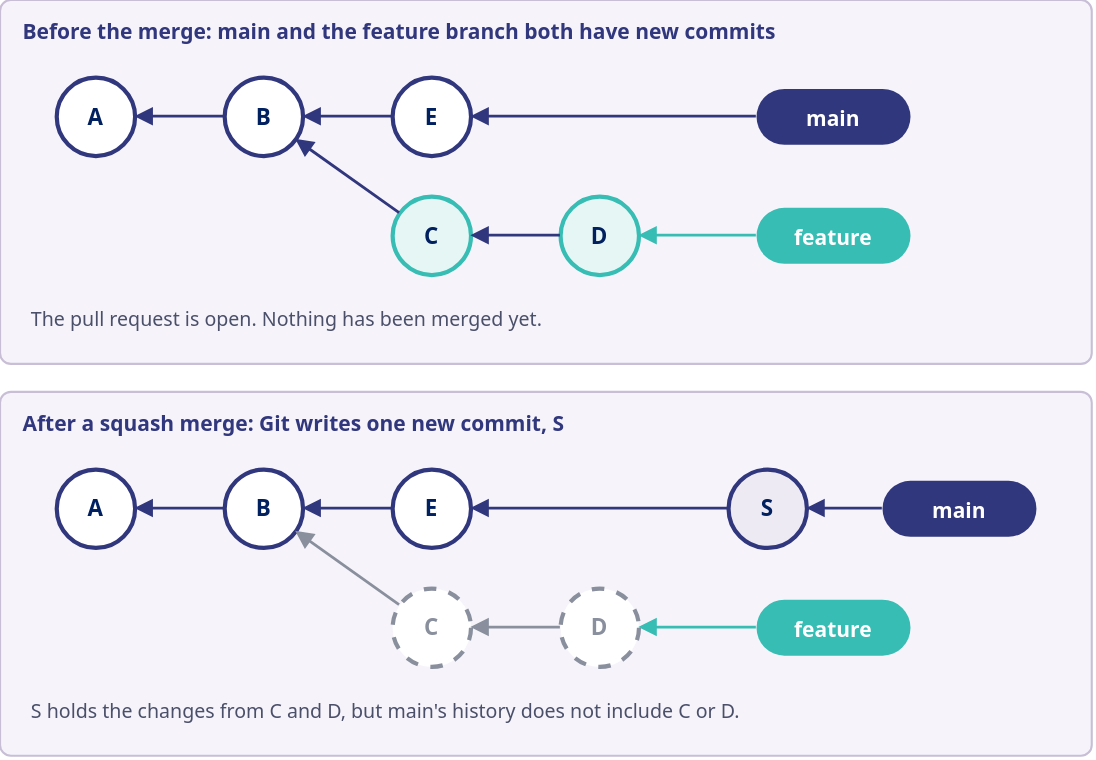
Above: presentation/diagrams/squash-merge.drawio.svg in Revolution-Data-Platforms/Introduction-to-Git-Workshop (draw.io), before the change. Source tidied: cells renumbered, new cells last; positions are measured from the earlier drawing's top-left corner, leaving out a move shared by most shapes.
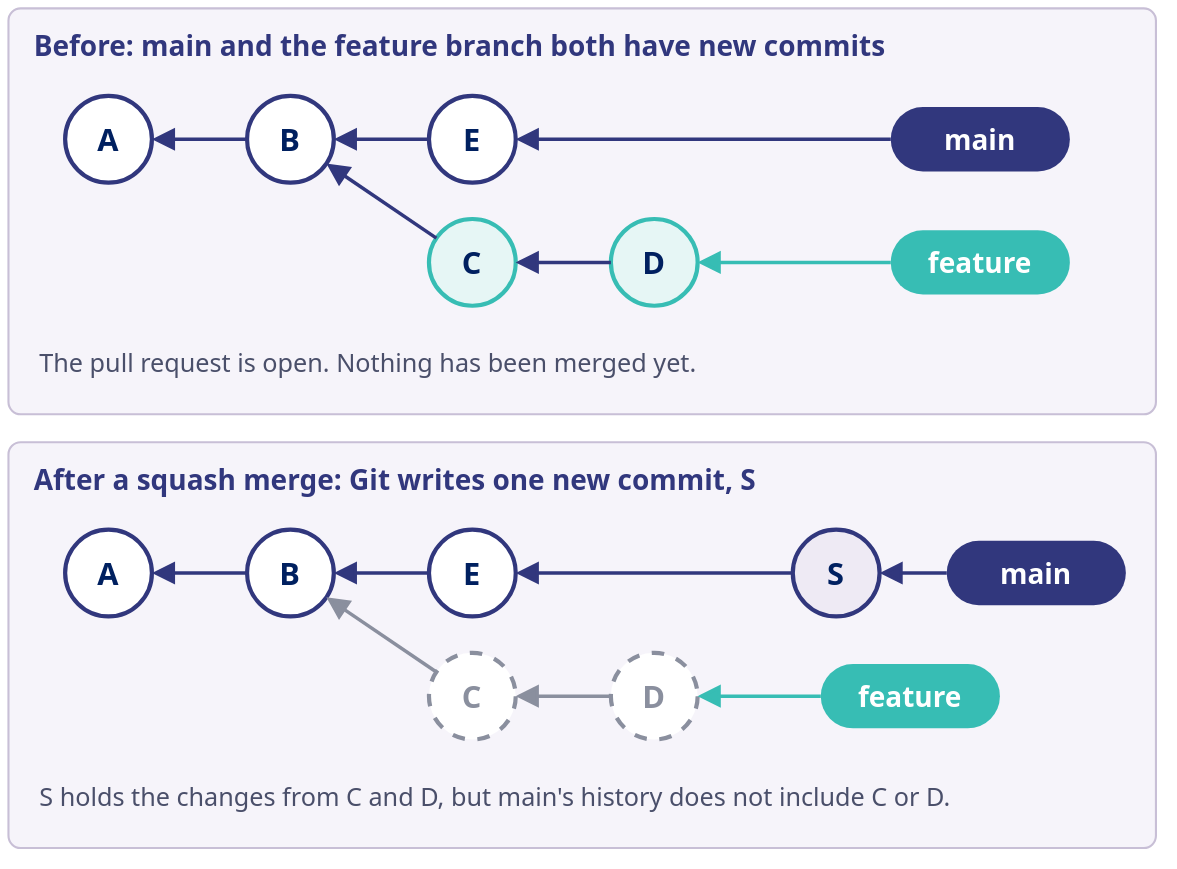
Above is the later version.

What changed in the source:
```diff
@@ -2,101 +2,101 @@
   <root>
     <mxCell id="0" />
     <mxCell id="1" parent="0" />
-    <mxCell id="2" value="Before the merge: main and the feature branch both have new commits" style="rounded=1;arcSize=3;whiteSpace=wrap;html=1;fillColor=#F6F4FA;strokeColor=#C8BFD6;strokeWidth=1.5;verticalAlign=top;align=left;spacingLeft=14;spacingTop=6;fontSize=15;fontStyle=1;fontColor=#31377D;fontFamily=Poppins,Segoe UI,Helvetica,Arial,sans-serif;" parent="1" vertex="1">
-      <mxGeometry width="780" height="260" as="geometry" />
-    </mxCell>
-    <mxCell id="3" value="A" style="ellipse;whiteSpace=wrap;html=1;fillColor=#FFFFFF;strokeColor=#31377D;fontColor=#002060;strokeWidth=3;fontSize=16;fontStyle=1;fontFamily=Poppins,Segoe UI,Helvetica,Arial,sans-serif;" parent="1" vertex="1">
-      <mxGeometry x="40" y="55" width="56" height="56" as="geometry" />
-    </mxCell>
-    <mxCell id="4" value="B" style="ellipse;whiteSpace=wrap;html=1;fillColor=#FFFFFF;strokeColor=#31377D;fontColor=#002060;strokeWidth=3;fontSize=16;fontStyle=1;fontFamily=Poppins,Segoe UI,Helvetica,Arial,sans-serif;" parent="1" vertex="1">
-      <mxGeometry x="160" y="55" width="56" height="56" as="geometry" />
-    </mxCell>
-    <mxCell id="5" value="E" style="ellipse;whiteSpace=wrap;html=1;fillColor=#FFFFFF;strokeColor=#31377D;fontColor=#002060;strokeWidth=3;fontSize=16;fontStyle=1;fontFamily=Poppins,Segoe UI,Helvetica,Arial,sans-serif;" parent="1" vertex="1">
-      <mxGeometry x="280" y="55" width="56" height="56" as="geometry" />
-    </mxCell>
-    <mxCell id="6" value="C" style="ellipse;whiteSpace=wrap;html=1;fillColor=#E6F6F5;strokeColor=#37BDB4;fontColor=#002060;strokeWidth=3;fontSize=16;fontStyle=1;fontFamily=Poppins,Segoe UI,Helvetica,Arial,sans-serif;" parent="1" vertex="1">
-      <mxGeometry x="280" y="140" width="56" height="56" as="geometry" />
-    </mxCell>
-    <mxCell id="7" value="D" style="ellipse;whiteSpace=wrap;html=1;fillColor=#E6F6F5;strokeColor=#37BDB4;fontColor=#002060;strokeWidth=3;fontSize=16;fontStyle=1;fontFamily=Poppins,Segoe UI,Helvetica,Arial,sans-serif;" parent="1" vertex="1">
-      <mxGeometry x="400" y="140" width="56" height="56" as="geometry" />
-    </mxCell>
-    <mxCell id="8" style="html=1;endArrow=block;endFill=1;endSize=8;strokeColor=#31377D;strokeWidth=2;fontFamily=Poppins,Segoe UI,Helvetica,Arial,sans-serif;" parent="1" edge="1" source="4" target="3">
-      <mxGeometry relative="1" as="geometry" />
-    </mxCell>
+    <mxCell id="34" value="Before: main and the feature branch both have new commits" style="rounded=1;arcSize=3;whiteSpace=wrap;html=1;fillColor=#F6F4FA;strokeColor=#C8BFD6;strokeWidth=1.5;verticalAlign=top;align=left;spacingLeft=16;spacingTop=8;fontSize=20;fontStyle=1;fontColor=#31377D;fontFamily=Poppins,Segoe UI,Helvetica,Arial,sans-serif;" parent="1" vertex="1">
+      <mxGeometry width="820" height="290" as="geometry" />
+    </mxCell>
+    <mxCell id="16" value="The pull request is open. Nothing has been merged yet." style="text;html=1;whiteSpace=wrap;align=left;verticalAlign=top;fontSize=18;fontColor=#4A4F6A;fontFamily=Poppins,Segoe UI,Helvetica,Arial,sans-serif;" parent="1" vertex="1">
+      <mxGeometry x="20" y="236" width="780" height="50" as="geometry" />
+    </mxCell>
+    <mxCell id="35" value="A" style="ellipse;whiteSpace=wrap;html=1;fillColor=#FFFFFF;strokeColor=#31377D;fontColor=#002060;strokeWidth=3;fontSize=22;fontStyle=1;fontFamily=Poppins,Segoe UI,Helvetica,Arial,sans-serif;" parent="1" vertex="1">
+      <mxGeometry x="40" y="62" width="62" height="62" as="geometry" />
+    </mxCell>
+    <mxCell id="36" value="B" style="ellipse;whiteSpace=wrap;html=1;fillColor=#FFFFFF;strokeColor=#31377D;fontColor=#002060;strokeWidth=3;fontSize=22;fontStyle=1;fontFamily=Poppins,Segoe UI,Helvetica,Arial,sans-serif;" parent="1" vertex="1">
+      <mxGeometry x="170" y="62" width="62" height="62" as="geometry" />
+    </mxCell>
+    <mxCell id="37" value="E" style="ellipse;whiteSpace=wrap;html=1;fillColor=#FFFFFF;strokeColor=#31377D;fontColor=#002060;strokeWidth=3;fontSize=22;fontStyle=1;fontFamily=Poppins,Segoe UI,Helvetica,Arial,sans-serif;" parent="1" vertex="1">
+      <mxGeometry x="300" y="62" width="62" height="62" as="geometry" />
+    </mxCell>
+    <mxCell id="38" value="C" style="ellipse;whiteSpace=wrap;html=1;fillColor=#E6F6F5;strokeColor=#37BDB4;fontColor=#002060;strokeWidth=3;fontSize=22;fontStyle=1;fontFamily=Poppins,Segoe UI,Helvetica,Arial,sans-serif;" parent="1" vertex="1">
+      <mxGeometry x="300" y="150" width="62" height="62" as="geometry" />
+    </mxCell>
+    <mxCell id="39" value="D" style="ellipse;whiteSpace=wrap;html=1;fillColor=#E6F6F5;strokeColor=#37BDB4;fontColor=#002060;strokeWidth=3;fontSize=22;fontStyle=1;fontFamily=Poppins,Segoe UI,Helvetica,Arial,sans-serif;" parent="1" vertex="1">
+      <mxGeometry x="430" y="150" width="62" height="62" as="geometry" />
+    </mxCell>
-    <mxCell id="9" style="html=1;endArrow=block;endFill=1;endSize=8;strokeColor=#31377D;strokeWidth=2;fontFamily=Poppins,Segoe UI,Helvetica,Arial,sans-serif;" parent="1" edge="1" source="5" target="4">
+    <mxCell id="9" style="html=1;endArrow=block;endFill=1;endSize=10;strokeColor=#31377D;strokeWidth=2.5;fontSize=19;fontColor=#002060;fontFamily=Poppins,Segoe UI,Helvetica,Arial,sans-serif;labelBackgroundColor=none;" parent="1" edge="1" source="36" target="35">
       <mxGeometry relative="1" as="geometry" />
     </mxCell>
-    <mxCell id="10" style="html=1;endArrow=block;endFill=1;endSize=8;strokeColor=#31377D;strokeWidth=2;fontFamily=Poppins,Segoe UI,Helvetica,Arial,sans-serif;" parent="1" edge="1" source="6" target="4">
+    <mxCell id="10" style="html=1;endArrow=block;endFill=1;endSize=10;strokeColor=#31377D;strokeWidth=2.5;fontSize=19;fontColor=#002060;fontFamily=Poppins,Segoe UI,Helvetica,Arial,sans-serif;labelBackgroundColor=none;" parent="1" edge="1" source="37" target="36">
       <mxGeometry relative="1" as="geometry" />
     </mxCell>
-    <mxCell id="11" style="html=1;endArrow=block;endFill=1;endSize=8;strokeColor=#31377D;strokeWidth=2;fontFamily=Poppins,Segoe UI,Helvetica,Arial,sans-serif;" parent="1" edge="1" source="7" target="6">
+    <mxCell id="11" style="html=1;endArrow=block;endFill=1;endSize=10;strokeColor=#31377D;strokeWidth=2.5;fontSize=19;fontColor=#002060;fontFamily=Poppins,Segoe UI,Helvetica,Arial,sans-serif;labelBackgroundColor=none;" parent="1" edge="1" source="38" target="36">
       <mxGeometry relative="1" as="geometry" />
     </mxCell>
-    <mxCell id="12" value="main" style="rounded=1;arcSize=50;whiteSpace=wrap;html=1;fillColor=#31377D;strokeColor=none;fontColor=#FFFFFF;fontSize=15;fontStyle=1;fontFamily=Poppins,Segoe UI,Helvetica,Arial,sans-serif;" parent="1" vertex="1">
-      <mxGeometry x="540" y="63" width="110" height="40" as="geometry" />
-    </mxCell>
-    <mxCell id="13" style="html=1;endArrow=block;endFill=1;endSize=8;strokeColor=#31377D;strokeWidth=2;fontFamily=Poppins,Segoe UI,Helvetica,Arial,sans-serif;" parent="1" edge="1" source="12" target="5">
-      <mxGeometry relative="1" as="geometry" />
-    </mxCell>
-    <mxCell id="14" value="feature" style="rounded=1;arcSize=50;whiteSpace=wrap;html=1;fillColor=#37BDB4;strokeColor=none;fontColor=#FFFFFF;fontSize=15;fontStyle=1;fontFamily=Poppins,Segoe UI,Helvetica,Arial,sans-serif;" parent="1" vertex="1">
-      <mxGeometry x="540" y="148" width="110" height="40" as="geometry" />
-    </mxCell>
+    <mxCell id="40" style="html=1;endArrow=block;endFill=1;endSize=10;strokeColor=#31377D;strokeWidth=2.5;fontSize=19;fontColor=#002060;fontFamily=Poppins,Segoe UI,Helvetica,Arial,sans-serif;labelBackgroundColor=none;" parent="1" edge="1" source="39" target="38">
+      <mxGeometry relative="1" as="geometry" />
+    </mxCell>
+    <mxCell id="41" value="main" style="rounded=1;arcSize=50;whiteSpace=wrap;html=1;fillColor=#31377D;strokeColor=none;fontColor=#FFFFFF;fontSize=20;fontStyle=1;fontFamily=Poppins,Segoe UI,Helvetica,Arial,sans-serif;" parent="1" vertex="1">
+      <mxGeometry x="630" y="70" width="128" height="46" as="geometry" />
+    </mxCell>
+    <mxCell id="42" value="feature" style="rounded=1;arcSize=50;whiteSpace=wrap;html=1;fillColor=#37BDB4;strokeColor=none;fontColor=#FFFFFF;fontSize=20;fontStyle=1;fontFamily=Poppins,Segoe UI,Helvetica,Arial,sans-serif;" parent="1" vertex="1">
+      <mxGeometry x="630" y="158" width="128" height="46" as="geometry" />
+    </mxCell>
-    <mxCell id="15" style="html=1;endArrow=block;endFill=1;endSize=8;strokeColor=#37BDB4;strokeWidth=2;fontFamily=Poppins,Segoe UI,Helvetica,Arial,sans-serif;" parent="1" edge="1" source="14" target="7">
+    <mxCell id="15" style="html=1;endArrow=block;endFill=1;endSize=10;strokeColor=#31377D;strokeWidth=2.5;fontSize=19;fontColor=#002060;fontFamily=Poppins,Segoe UI,Helvetica,Arial,sans-serif;labelBackgroundColor=none;" parent="1" edge="1" source="41" target="37">
       <mxGeometry relative="1" as="geometry" />
     </mxCell>
-    <mxCell id="16" value="The pull request is open. Nothing has been merged yet." style="text;html=1;whiteSpace=wrap;align=left;verticalAlign=middle;fontSize=14;fontColor=#4A4F6A;fontFamily=Poppins,Segoe UI,Helvetica,Arial,sans-serif;" parent="1" vertex="1">
-      <mxGeometry x="20" y="208" width="740" height="40" as="geometry" />
-    </mxCell>
+    <mxCell id="43" style="html=1;endArrow=block;endFill=1;endSize=10;strokeColor=#37BDB4;strokeWidth=2.5;fontSize=19;fontColor=#002060;fontFamily=Poppins,Segoe UI,Helvetica,Arial,sans-serif;labelBackgroundColor=none;" parent="1" edge="1" source="42" target="39">
+      <mxGeometry relative="1" as="geometry" />
+    </mxCell>
-    <mxCell id="17" value="After a squash merge: Git writes one new commit, S" style="rounded=1;arcSize=3;whiteSpace=wrap;html=1;fillColor=#F6F4FA;strokeColor=#C8BFD6;strokeWidth=1.5;verticalAlign=top;align=left;spacingLeft=14;spacingTop=6;fontSize=15;fontStyle=1;fontColor=#31377D;fontFamily=Poppins,Segoe UI,Helvetica,Arial,sans-serif;" parent="1" vertex="1">
-      <mxGeometry y="280" width="780" height="260" as="geometry" />
+    <mxCell id="17" value="After a squash merge: Git writes one new commit, S" style="rounded=1;arcSize=3;whiteSpace=wrap;html=1;fillColor=#F6F4FA;strokeColor=#C8BFD6;strokeWidth=1.5;verticalAlign=top;align=left;spacingLeft=16;spacingTop=8;fontSize=20;fontStyle=1;fontColor=#31377D;fontFamily=Poppins,Segoe UI,Helvetica,Arial,sans-serif;" parent="1" vertex="1">
+      <mxGeometry y="310" width="820" height="290" as="geometry" />
     </mxCell>
-    <mxCell id="18" value="A" style="ellipse;whiteSpace=wrap;html=1;fillColor=#FFFFFF;strokeColor=#31377D;fontColor=#002060;strokeWidth=3;fontSize=16;fontStyle=1;fontFamily=Poppins,Segoe UI,Helvetica,Arial,sans-serif;" parent="1" vertex="1">
-      <mxGeometry x="40" y="335" width="56" height="56" as="geometry" />
-    </mxCell>
-    <mxCell id="19" value="B" style="ellipse;whiteSpace=wrap;html=1;fillColor=#FFFFFF;strokeColor=#31377D;fontColor=#002060;strokeWidth=3;fontSize=16;fontStyle=1;fontFamily=Poppins,Segoe UI,Helvetica,Arial,sans-serif;" parent="1" vertex="1">
-      <mxGeometry x="160" y="335" width="56" height="56" as="geometry" />
-    </mxCell>
-    <mxCell id="20" value="E" style="ellipse;whiteSpace=wrap;html=1;fillColor=#FFFFFF;strokeColor=#31377D;fontColor=#002060;strokeWidth=3;fontSize=16;fontStyle=1;fontFamily=Poppins,Segoe UI,Helvetica,Arial,sans-serif;" parent="1" vertex="1">
-      <mxGeometry x="280" y="335" width="56" height="56" as="geometry" />
-    </mxCell>
+    <mxCell id="33" value="S holds the changes from C and D, but main's history does not include C or D." style="text;html=1;whiteSpace=wrap;align=left;verticalAlign=top;fontSize=18;fontColor=#4A4F6A;fontFamily=Poppins,Segoe UI,Helvetica,Arial,sans-serif;" parent="1" vertex="1">
+      <mxGeometry x="20" y="546" width="780" height="50" as="geometry" />
+    </mxCell>
+    <mxCell id="44" value="A" style="ellipse;whiteSpace=wrap;html=1;fillColor=#FFFFFF;strokeColor=#31377D;fontColor=#002060;strokeWidth=3;fontSize=22;fontStyle=1;fontFamily=Poppins,Segoe UI,Helvetica,Arial,sans-serif;" parent="1" vertex="1">
+      <mxGeometry x="40" y="372" width="62" height="62" as="geometry" />
+    </mxCell>
+    <mxCell id="45" value="B" style="ellipse;whiteSpace=wrap;html=1;fillColor=#FFFFFF;strokeColor=#31377D;fontColor=#002060;strokeWidth=3;fontSize=22;fontStyle=1;fontFamily=Poppins,Segoe UI,Helvetica,Arial,sans-serif;" parent="1" vertex="1">
+      <mxGeometry x="170" y="372" width="62" height="62" as="geometry" />
+    </mxCell>
+    <mxCell id="46" value="E" style="ellipse;whiteSpace=wrap;html=1;fillColor=#FFFFFF;strokeColor=#31377D;fontColor=#002060;strokeWidth=3;fontSize=22;fontStyle=1;fontFamily=Poppins,Segoe UI,Helvetica,Arial,sans-serif;" parent="1" vertex="1">
+      <mxGeometry x="300" y="372" width="62" height="62" as="geometry" />
+    </mxCell>
-    <mxCell id="21" value="S" style="ellipse;whiteSpace=wrap;html=1;fillColor=#EEEAF4;strokeColor=#31377D;fontColor=#002060;strokeWidth=3;fontSize=16;fontStyle=1;fontFamily=Poppins,Segoe UI,Helvetica,Arial,sans-serif;" parent="1" vertex="1">
-      <mxGeometry x="520" y="335" width="56" height="56" as="geometry" />
+    <mxCell id="21" value="S" style="ellipse;whiteSpace=wrap;html=1;fillColor=#EEEAF4;strokeColor=#31377D;fontColor=#002060;strokeWidth=3;fontSize=22;fontStyle=1;fontFamily=Poppins,Segoe UI,Helvetica,Arial,sans-serif;" parent="1" vertex="1">
+      <mxGeometry x="560" y="372" width="62" height="62" as="geometry" />
     </mxCell>
-    <mxCell id="22" value="C" style="ellipse;whiteSpace=wrap;html=1;fillColor=#FFFFFF;strokeColor=#8A8F9E;dashed=1;fontColor=#8A8F9E;strokeWidth=3;fontSize=16;fontStyle=1;fontFamily=Poppins,Segoe UI,Helvetica,Arial,sans-serif;" parent="1" vertex="1">
-      <mxGeometry x="280" y="420" width="56" height="56" as="geometry" />
-    </mxCell>
-    <mxCell id="23" value="D" style="ellipse;whiteSpace=wrap;html=1;fillColor=#FFFFFF;strokeColor=#8A8F9E;dashed=1;fontColor=#8A8F9E;strokeWidth=3;fontSize=16;fontStyle=1;fontFamily=Poppins,Segoe UI,Helvetica,Arial,sans-serif;" parent="1" vertex="1">
-      <mxGeometry x="400" y="420" width="56" height="56" as="geometry" />
-    </mxCell>
-    <mxCell id="24" style="html=1;endArrow=block;endFill=1;endSize=8;strokeColor=#31377D;strokeWidth=2;fontFamily=Poppins,Segoe UI,Helvetica,Arial,sans-serif;" parent="1" edge="1" source="19" target="18">
-      <mxGeometry relative="1" as="geometry" />
-    </mxCell>
+    <mxCell id="47" value="C" style="ellipse;whiteSpace=wrap;html=1;fillColor=#FFFFFF;strokeColor=#8A8F9E;dashed=1;fontColor=#8A8F9E;strokeWidth=3;fontSize=22;fontStyle=1;fontFamily=Poppins,Segoe UI,Helvetica,Arial,sans-serif;" parent="1" vertex="1">
+      <mxGeometry x="300" y="460" width="62" height="62" as="geometry" />
+    </mxCell>
+    <mxCell id="48" value="D" style="ellipse;whiteSpace=wrap;html=1;fillColor=#FFFFFF;strokeColor=#8A8F9E;dashed=1;fontColor=#8A8F9E;strokeWidth=3;fontSize=22;fontStyle=1;fontFamily=Poppins,Segoe UI,Helvetica,Arial,sans-serif;" parent="1" vertex="1">
+      <mxGeometry x="430" y="460" width="62" height="62" as="geometry" />
+    </mxCell>
-    <mxCell id="25" style="html=1;endArrow=block;endFill=1;endSize=8;strokeColor=#31377D;strokeWidth=2;fontFamily=Poppins,Segoe UI,Helvetica,Arial,sans-serif;" parent="1" edge="1" source="20" target="19">
+    <mxCell id="25" style="html=1;endArrow=block;endFill=1;endSize=10;strokeColor=#31377D;strokeWidth=2.5;fontSize=19;fontColor=#002060;fontFamily=Poppins,Segoe UI,Helvetica,Arial,sans-serif;labelBackgroundColor=none;" parent="1" edge="1" source="45" target="44">
       <mxGeometry relative="1" as="geometry" />
     </mxCell>
-    <mxCell id="26" style="html=1;endArrow=block;endFill=1;endSize=8;strokeColor=#31377D;strokeWidth=2;fontFamily=Poppins,Segoe UI,Helvetica,Arial,sans-serif;" parent="1" edge="1" source="21" target="20">
+    <mxCell id="26" style="html=1;endArrow=block;endFill=1;endSize=10;strokeColor=#31377D;strokeWidth=2.5;fontSize=19;fontColor=#002060;fontFamily=Poppins,Segoe UI,Helvetica,Arial,sans-serif;labelBackgroundColor=none;" parent="1" edge="1" source="46" target="45">
       <mxGeometry relative="1" as="geometry" />
     </mxCell>
-    <mxCell id="27" style="html=1;endArrow=block;endFill=1;endSize=8;strokeColor=#8A8F9E;strokeWidth=2;fontFamily=Poppins,Segoe UI,Helvetica,Arial,sans-serif;" parent="1" edge="1" source="22" target="19">
+    <mxCell id="27" style="html=1;endArrow=block;endFill=1;endSize=10;strokeColor=#31377D;strokeWidth=2.5;fontSize=19;fontColor=#002060;fontFamily=Poppins,Segoe UI,Helvetica,Arial,sans-serif;labelBackgroundColor=none;" parent="1" edge="1" source="21" target="46">
       <mxGeometry relative="1" as="geometry" />
     </mxCell>
-    <mxCell id="28" style="html=1;endArrow=block;endFill=1;endSize=8;strokeColor=#8A8F9E;strokeWidth=2;fontFamily=Poppins,Segoe UI,Helvetica,Arial,sans-serif;" parent="1" edge="1" source="23" target="22">
+    <mxCell id="28" style="html=1;endArrow=block;endFill=1;endSize=10;strokeColor=#8A8F9E;strokeWidth=2.5;fontSize=19;fontColor=#002060;fontFamily=Poppins,Segoe UI,Helvetica,Arial,sans-serif;labelBackgroundColor=none;" parent="1" edge="1" source="47" target="45">
       <mxGeometry relative="1" as="geometry" />
     </mxCell>
-    <mxCell id="29" value="main" style="rounded=1;arcSize=50;whiteSpace=wrap;html=1;fillColor=#31377D;strokeColor=none;fontColor=#FFFFFF;fontSize=15;fontStyle=1;fontFamily=Poppins,Segoe UI,Helvetica,Arial,sans-serif;" parent="1" vertex="1">
-      <mxGeometry x="630" y="343" width="110" height="40" as="geometry" />
-    </mxCell>
-    <mxCell id="30" style="html=1;endArrow=block;endFill=1;endSize=8;strokeColor=#31377D;strokeWidth=2;fontFamily=Poppins,Segoe UI,Helvetica,Arial,sans-serif;" parent="1" edge="1" source="29" target="21">
-      <mxGeometry relative="1" as="geometry" />
-    </mxCell>
-    <mxCell id="31" value="feature" style="rounded=1;arcSize=50;whiteSpace=wrap;html=1;fillColor=#37BDB4;strokeColor=none;fontColor=#FFFFFF;fontSize=15;fontStyle=1;fontFamily=Poppins,Segoe UI,Helvetica,Arial,sans-serif;" parent="1" vertex="1">
-      <mxGeometry x="540" y="428" width="110" height="40" as="geometry" />
-    </mxCell>
-    <mxCell id="32" style="html=1;endArrow=block;endFill=1;endSize=8;strokeColor=#37BDB4;strokeWidth=2;fontFamily=Poppins,Segoe UI,Helvetica,Arial,sans-serif;" parent="1" edge="1" source="31" target="23">
-      <mxGeometry relative="1" as="geometry" />
-    </mxCell>
-    <mxCell id="33" value="S holds the changes from C and D, but main's history does not include C or D." style="text;html=1;whiteSpace=wrap;align=left;verticalAlign=middle;fontSize=14;fontColor=#4A4F6A;fontFamily=Poppins,Segoe UI,Helvetica,Arial,sans-serif;" parent="1" vertex="1">
-      <mxGeometry x="20" y="488" width="740" height="40" as="geometry" />
-    </mxCell>
+    <mxCell id="49" style="html=1;endArrow=block;endFill=1;endSize=10;strokeColor=#8A8F9E;strokeWidth=2.5;fontSize=19;fontColor=#002060;fontFamily=Poppins,Segoe UI,Helvetica,Arial,sans-serif;labelBackgroundColor=none;" parent="1" edge="1" source="48" target="47">
+      <mxGeometry relative="1" as="geometry" />
+    </mxCell>
+    <mxCell id="50" value="main" style="rounded=1;arcSize=50;whiteSpace=wrap;html=1;fillColor=#31377D;strokeColor=none;fontColor=#FFFFFF;fontSize=20;fontStyle=1;fontFamily=Poppins,Segoe UI,Helvetica,Arial,sans-serif;" parent="1" vertex="1">
+      <mxGeometry x="670" y="380" width="128" height="46" as="geometry" />
+    </mxCell>
+    <mxCell id="51" style="html=1;endArrow=block;endFill=1;endSize=10;strokeColor=#31377D;strokeWidth=2.5;fontSize=19;fontColor=#002060;fontFamily=Poppins,Segoe UI,Helvetica,Arial,sans-serif;labelBackgroundColor=none;" parent="1" edge="1" source="50" target="21">
+      <mxGeometry relative="1" as="geometry" />
+    </mxCell>
+    <mxCell id="52" value="feature" style="rounded=1;arcSize=50;whiteSpace=wrap;html=1;fillColor=#37BDB4;strokeColor=none;fontColor=#FFFFFF;fontSize=20;fontStyle=1;fontFamily=Poppins,Segoe UI,Helvetica,Arial,sans-serif;" parent="1" vertex="1">
+      <mxGeometry x="580" y="468" width="128" height="46" as="geometry" />
+    </mxCell>
+    <mxCell id="53" style="html=1;endArrow=block;endFill=1;endSize=10;strokeColor=#37BDB4;strokeWidth=2.5;fontSize=19;fontColor=#002060;fontFamily=Poppins,Segoe UI,Helvetica,Arial,sans-serif;labelBackgroundColor=none;" parent="1" edge="1" source="52" target="48">
+      <mxGeometry relative="1" as="geometry" />
+    </mxCell>
   </root>
 </mxGraphModel>
```
